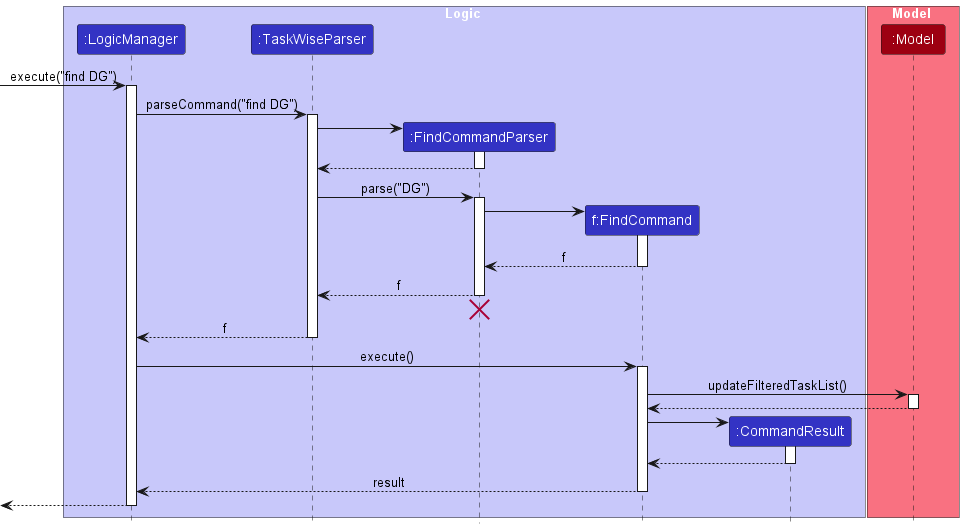
This is docs/images/FindSequenceDiagram.png from seantehds/tp, a PlantUML export, as it was before one commit.
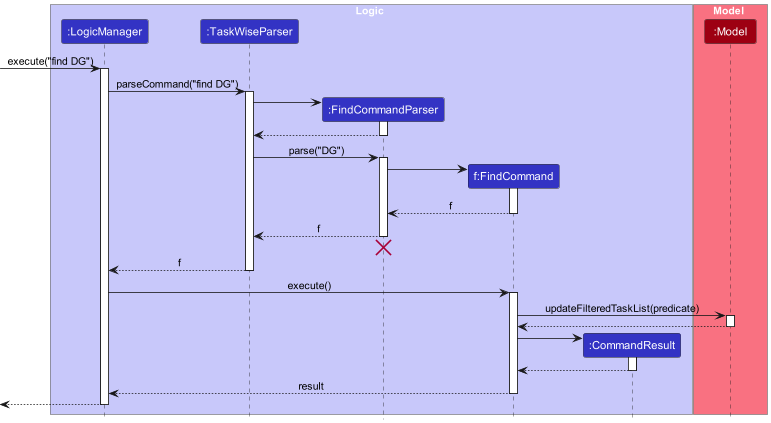
After the change.

Change to the diagram source:
```diff
@@ -48,7 +48,7 @@
 LogicManager -> FindCommand : execute()
 activate FindCommand
 
-FindCommand -> Model : updateFilteredTaskList()
+FindCommand -> Model : updateFilteredTaskList(predicate)
 activate Model
 
 Model --> FindCommand
```
